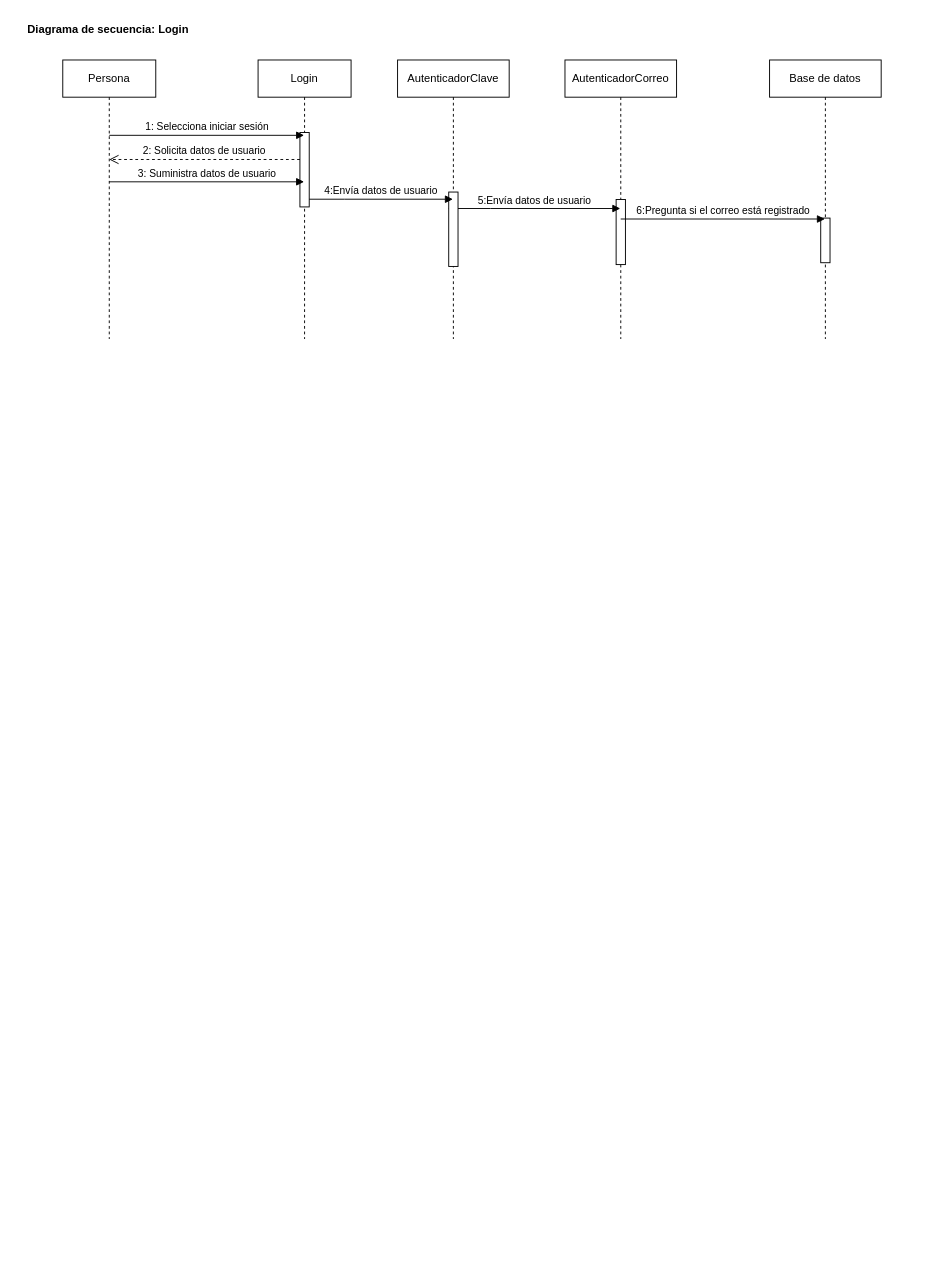
This is page "Secuencia Login" (2 of 3) of Propuesta1ProyectoDesarrollo.drawio from ernestod10/Diagramas, a draw.io file, before an edit. Source tidied: cells renumbered, new cells numbered last; positions are measured from the earlier drawing's top-left corner, leaving out a move shared by most shapes. Both pictures are drawn from the tidied source at 93%, with x=0, y=0 at pixel (62, 16).
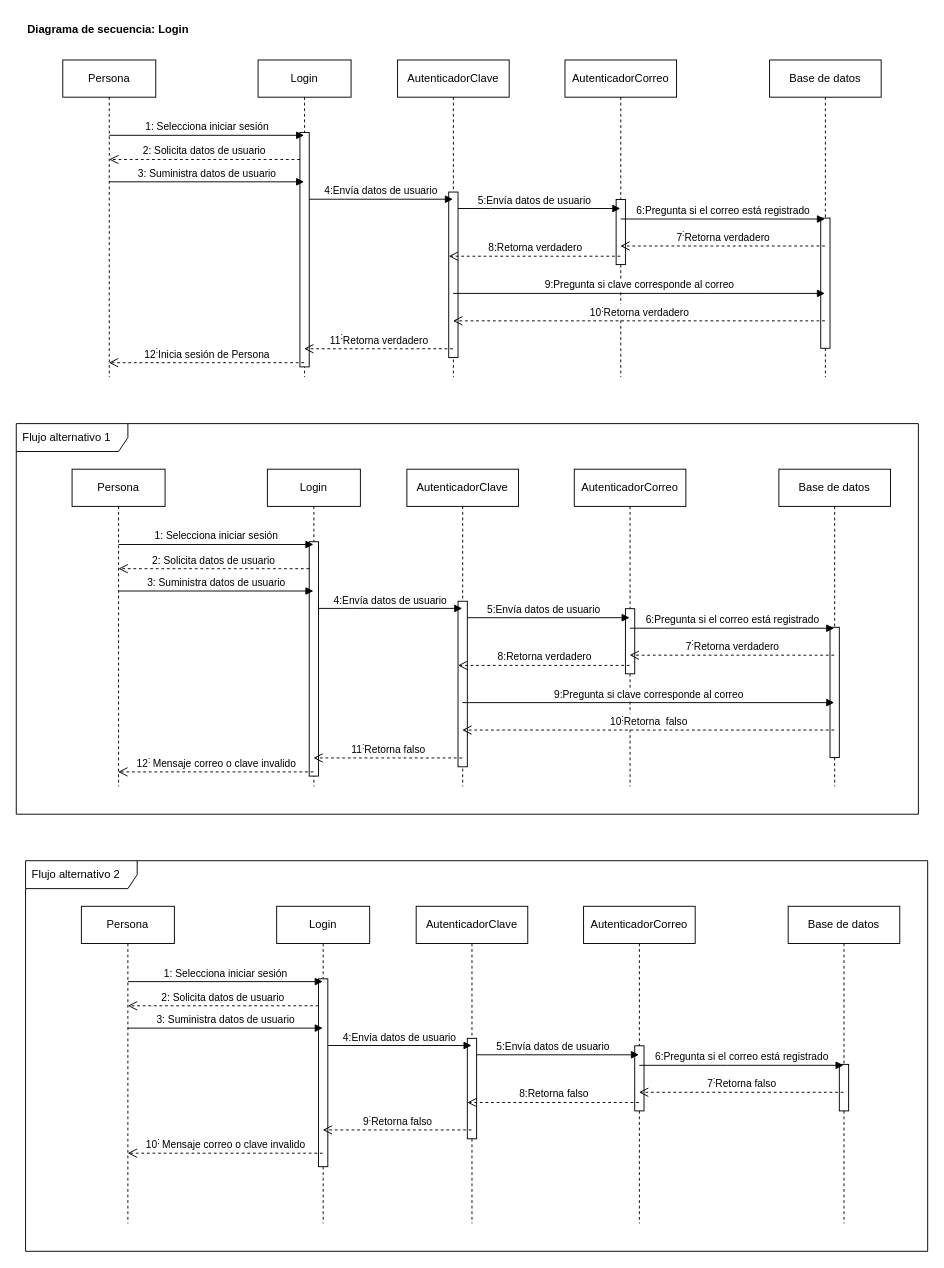
Above is the later version.

What changed in the source:
```diff
@@
     <mxCell id="2" value="Login" style="shape=umlLifeline;perimeter=lifelinePerimeter;whiteSpace=wrap;html=1;outlineConnect=0;" parent="1" vertex="1">
-      <mxGeometry x="210" y="47" width="100" height="300" as="geometry" />
+      <mxGeometry x="210" y="47" width="100" height="341" as="geometry" />
     </mxCell>
     <mxCell id="3" style="html=1;points=[];perimeter=orthogonalPerimeter;" parent="2" vertex="1">
-      <mxGeometry x="45" y="78" width="10" height="80" as="geometry" />
+      <mxGeometry x="45" y="78" width="10" height="252" as="geometry" />
     </mxCell>
@@
     <mxCell id="5" value="Persona" style="shape=umlLifeline;perimeter=lifelinePerimeter;whiteSpace=wrap;html=1;outlineConnect=0;" parent="1" vertex="1">
-      <mxGeometry y="47" width="100" height="300" as="geometry" />
+      <mxGeometry y="47" width="100" height="341" as="geometry" />
     </mxCell>
@@
     <mxCell id="8" value="AutenticadorCorreo" style="shape=umlLifeline;perimeter=lifelinePerimeter;whiteSpace=wrap;html=1;outlineConnect=0;" parent="1" vertex="1">
-      <mxGeometry x="540" y="47" width="120" height="300" as="geometry" />
+      <mxGeometry x="540" y="47" width="120" height="341" as="geometry" />
     </mxCell>
@@
     <mxCell id="11" value="AutenticadorClave" style="shape=umlLifeline;perimeter=lifelinePerimeter;whiteSpace=wrap;html=1;outlineConnect=0;" parent="1" vertex="1">
-      <mxGeometry x="360" y="47" width="120" height="300" as="geometry" />
+      <mxGeometry x="360" y="47" width="120" height="341" as="geometry" />
     </mxCell>
     <mxCell id="12" style="html=1;perimeter=orthogonalPerimeter;" parent="11" vertex="1">
-      <mxGeometry x="55" y="142" width="10" height="80" as="geometry" />
+      <mxGeometry x="55" y="142" width="10" height="178" as="geometry" />
     </mxCell>
+    <mxCell id="18" value="8:Retorna verdadero" style="html=1;verticalAlign=bottom;endArrow=open;dashed=1;endSize=8;rounded=0;" parent="11" edge="1">
+      <mxGeometry relative="1" as="geometry">
+        <mxPoint x="239.5" y="211" as="sourcePoint" />
+        <mxPoint x="55" y="211" as="targetPoint" />
+      </mxGeometry>
+    </mxCell>
@@
     <mxCell id="15" value="Base de datos" style="shape=umlLifeline;perimeter=lifelinePerimeter;whiteSpace=wrap;html=1;outlineConnect=0;" parent="1" vertex="1">
-      <mxGeometry x="760" y="47" width="120" height="300" as="geometry" />
+      <mxGeometry x="760" y="47" width="120" height="341" as="geometry" />
     </mxCell>
     <mxCell id="16" style="html=1;perimeter=orthogonalPerimeter;" parent="15" vertex="1">
-      <mxGeometry x="55" y="170" width="10" height="48" as="geometry" />
+      <mxGeometry x="55" y="170" width="10" height="140" as="geometry" />
     </mxCell>
@@
+    <mxCell id="19" value="7&lt;sup&gt;:&lt;/sup&gt;Retorna verdadero" style="html=1;verticalAlign=bottom;endArrow=open;dashed=1;endSize=8;rounded=0;" parent="1" edge="1">
+      <mxGeometry relative="1" as="geometry">
+        <mxPoint x="819.5" y="247" as="sourcePoint" />
+        <mxPoint x="599.5" y="247" as="targetPoint" />
+      </mxGeometry>
+    </mxCell>
+    <mxCell id="20" value="9:Pregunta si clave corresponde al correo " style="html=1;verticalAlign=bottom;endArrow=block;rounded=0;" parent="1" edge="1">
+      <mxGeometry relative="1" as="geometry">
+        <mxPoint x="419.7" y="298" as="sourcePoint" />
+        <mxPoint x="819.5" y="298" as="targetPoint" />
+        <Array as="points">
+          <mxPoint x="640" y="298" />
+          <mxPoint x="695" y="298" />
+        </Array>
+      </mxGeometry>
+    </mxCell>
+    <mxCell id="21" value="10&lt;sup&gt;:&lt;/sup&gt;Retorna verdadero" style="html=1;verticalAlign=bottom;endArrow=open;dashed=1;endSize=8;rounded=0;" parent="1" edge="1">
+      <mxGeometry relative="1" as="geometry">
+        <mxPoint x="819.5" y="327.5" as="sourcePoint" />
+        <mxPoint x="419.5" y="327.5" as="targetPoint" />
+      </mxGeometry>
+    </mxCell>
+    <mxCell id="22" value="11&lt;sup&gt;:&lt;/sup&gt;Retorna verdadero" style="html=1;verticalAlign=bottom;endArrow=open;dashed=1;endSize=8;rounded=0;" parent="1" edge="1">
+      <mxGeometry relative="1" as="geometry">
+        <mxPoint x="419.5" y="357.5" as="sourcePoint" />
+        <mxPoint x="259.5" y="357.5" as="targetPoint" />
+      </mxGeometry>
+    </mxCell>
+    <mxCell id="23" value="12&lt;sup&gt;:&lt;/sup&gt;Inicia sesión de Persona" style="html=1;verticalAlign=bottom;endArrow=open;dashed=1;endSize=8;rounded=0;" parent="1" edge="1" target="5">
+      <mxGeometry relative="1" as="geometry">
+        <mxPoint x="259.5" y="372.5" as="sourcePoint" />
+      </mxGeometry>
+    </mxCell>
+    <mxCell id="24" value="Flujo alternativo 1" style="shape=umlFrame;whiteSpace=wrap;html=1;width=120;height=30;boundedLbl=1;verticalAlign=middle;align=left;spacingLeft=5;" parent="1" vertex="1">
+      <mxGeometry x="-50" y="438" width="970" height="420" as="geometry" />
+    </mxCell>
+    <mxCell id="25" value="Login" style="shape=umlLifeline;perimeter=lifelinePerimeter;whiteSpace=wrap;html=1;outlineConnect=0;" parent="1" vertex="1">
+      <mxGeometry x="220" y="487" width="100" height="341" as="geometry" />
+    </mxCell>
+    <mxCell id="26" style="html=1;points=[];perimeter=orthogonalPerimeter;" parent="25" vertex="1">
+      <mxGeometry x="45" y="78" width="10" height="252" as="geometry" />
+    </mxCell>
+    <mxCell id="27" value="2: Solicita datos de usuario" style="html=1;verticalAlign=bottom;endArrow=open;dashed=1;endSize=8;rounded=0;" parent="25" edge="1" source="26">
+      <mxGeometry relative="1" as="geometry">
+        <mxPoint x="-160.1" y="107" as="targetPoint" />
+      </mxGeometry>
+    </mxCell>
+    <mxCell id="28" value="Persona" style="shape=umlLifeline;perimeter=lifelinePerimeter;whiteSpace=wrap;html=1;outlineConnect=0;" parent="1" vertex="1">
+      <mxGeometry x="10" y="487" width="100" height="341" as="geometry" />
+    </mxCell>
+    <mxCell id="29" value="1: Selecciona iniciar sesión" style="html=1;verticalAlign=bottom;endArrow=block;rounded=0;" parent="28" edge="1" target="25">
+      <mxGeometry relative="1" as="geometry">
+        <mxPoint x="50" y="81" as="sourcePoint" />
+      </mxGeometry>
+    </mxCell>
+    <mxCell id="30" value="AutenticadorCorreo" style="shape=umlLifeline;perimeter=lifelinePerimeter;whiteSpace=wrap;html=1;outlineConnect=0;" parent="1" vertex="1">
+      <mxGeometry x="550" y="487" width="120" height="341" as="geometry" />
+    </mxCell>
+    <mxCell id="31" style="html=1;perimeter=orthogonalPerimeter;" parent="30" vertex="1">
+      <mxGeometry x="55" y="150" width="10" height="70" as="geometry" />
+    </mxCell>
+    <mxCell id="32" value="5:Envía datos de usuario" style="html=1;verticalAlign=bottom;endArrow=block;rounded=0;" parent="30" edge="1" target="30">
+      <mxGeometry relative="1" as="geometry">
+        <mxPoint x="-125" y="159.7" as="sourcePoint" />
+        <Array as="points">
+          <mxPoint x="-80" y="159.7" />
+        </Array>
+      </mxGeometry>
+    </mxCell>
+    <mxCell id="33" value="AutenticadorClave" style="shape=umlLifeline;perimeter=lifelinePerimeter;whiteSpace=wrap;html=1;outlineConnect=0;" parent="1" vertex="1">
+      <mxGeometry x="370" y="487" width="120" height="341" as="geometry" />
+    </mxCell>
+    <mxCell id="34" style="html=1;perimeter=orthogonalPerimeter;" parent="33" vertex="1">
+      <mxGeometry x="55" y="142" width="10" height="178" as="geometry" />
+    </mxCell>
+    <mxCell id="35" value="8:Retorna verdadero" style="html=1;verticalAlign=bottom;endArrow=open;dashed=1;endSize=8;rounded=0;" parent="33" edge="1">
+      <mxGeometry relative="1" as="geometry">
+        <mxPoint x="239.5" y="211" as="sourcePoint" />
+        <mxPoint x="55" y="211" as="targetPoint" />
+      </mxGeometry>
+    </mxCell>
+    <mxCell id="36" value="3: Suministra datos de usuario" style="html=1;verticalAlign=bottom;endArrow=block;rounded=0;" parent="1" edge="1" target="25">
+      <mxGeometry relative="1" as="geometry">
+        <mxPoint x="60" y="618" as="sourcePoint" />
+      </mxGeometry>
+    </mxCell>
+    <mxCell id="37" value="4:Envía datos de usuario" style="html=1;verticalAlign=bottom;endArrow=block;rounded=0;" parent="1" edge="1" source="26" target="33">
+      <mxGeometry relative="1" as="geometry">
+        <Array as="points">
+          <mxPoint x="313" y="636.7" />
+        </Array>
+      </mxGeometry>
+    </mxCell>
+    <mxCell id="38" value="Base de datos" style="shape=umlLifeline;perimeter=lifelinePerimeter;whiteSpace=wrap;html=1;outlineConnect=0;" parent="1" vertex="1">
+      <mxGeometry x="770" y="487" width="120" height="341" as="geometry" />
+    </mxCell>
+    <mxCell id="39" style="html=1;perimeter=orthogonalPerimeter;" parent="38" vertex="1">
+      <mxGeometry x="55" y="170" width="10" height="140" as="geometry" />
+    </mxCell>
+    <mxCell id="40" value="6:Pregunta si el correo está registrado " style="html=1;verticalAlign=bottom;endArrow=block;rounded=0;" parent="1" edge="1" target="38">
+      <mxGeometry relative="1" as="geometry">
+        <mxPoint x="609.9" y="658" as="sourcePoint" />
+        <Array as="points">
+          <mxPoint x="705" y="658" />
+        </Array>
+      </mxGeometry>
+    </mxCell>
+    <mxCell id="41" value="7&lt;sup&gt;:&lt;/sup&gt;Retorna verdadero" style="html=1;verticalAlign=bottom;endArrow=open;dashed=1;endSize=8;rounded=0;" parent="1" edge="1">
+      <mxGeometry relative="1" as="geometry">
+        <mxPoint x="829.5" y="687" as="sourcePoint" />
+        <mxPoint x="609.5" y="687" as="targetPoint" />
+      </mxGeometry>
+    </mxCell>
+    <mxCell id="42" value="9:Pregunta si clave corresponde al correo " style="html=1;verticalAlign=bottom;endArrow=block;rounded=0;" parent="1" edge="1">
+      <mxGeometry relative="1" as="geometry">
+        <mxPoint x="429.7" y="738" as="sourcePoint" />
+        <mxPoint x="829.5" y="738" as="targetPoint" />
+        <Array as="points">
+          <mxPoint x="650" y="738" />
+          <mxPoint x="705" y="738" />
+        </Array>
+      </mxGeometry>
+    </mxCell>
+    <mxCell id="43" value="10&lt;sup&gt;:&lt;/sup&gt;Retorna&amp;nbsp; falso" style="html=1;verticalAlign=bottom;endArrow=open;dashed=1;endSize=8;rounded=0;" parent="1" edge="1">
+      <mxGeometry relative="1" as="geometry">
+        <mxPoint x="829.5" y="767.5" as="sourcePoint" />
+        <mxPoint x="429.5" y="767.5" as="targetPoint" />
+      </mxGeometry>
+    </mxCell>
+    <mxCell id="44" value="11&lt;sup&gt;:&lt;/sup&gt;Retorna falso" style="html=1;verticalAlign=bottom;endArrow=open;dashed=1;endSize=8;rounded=0;" parent="1" edge="1">
+      <mxGeometry relative="1" as="geometry">
+        <mxPoint x="429.5" y="797.5" as="sourcePoint" />
+        <mxPoint x="269.5" y="797.5" as="targetPoint" />
+      </mxGeometry>
+    </mxCell>
+    <mxCell id="45" value="12&lt;sup&gt;: &lt;/sup&gt;Mensaje correo o clave invalido" style="html=1;verticalAlign=bottom;endArrow=open;dashed=1;endSize=8;rounded=0;" parent="1" edge="1" target="28">
+      <mxGeometry relative="1" as="geometry">
+        <mxPoint x="269.5" y="812.5" as="sourcePoint" />
+      </mxGeometry>
+    </mxCell>
+    <mxCell id="46" value="Flujo alternativo 2" style="shape=umlFrame;whiteSpace=wrap;html=1;width=120;height=30;boundedLbl=1;verticalAlign=middle;align=left;spacingLeft=5;" parent="1" vertex="1">
+      <mxGeometry x="-40" y="908" width="970" height="420" as="geometry" />
+    </mxCell>
+    <mxCell id="47" value="Login" style="shape=umlLifeline;perimeter=lifelinePerimeter;whiteSpace=wrap;html=1;outlineConnect=0;" parent="1" vertex="1">
+      <mxGeometry x="230" y="957" width="100" height="341" as="geometry" />
+    </mxCell>
+    <mxCell id="48" style="html=1;points=[];perimeter=orthogonalPerimeter;" parent="47" vertex="1">
+      <mxGeometry x="45" y="78" width="10" height="202" as="geometry" />
+    </mxCell>
+    <mxCell id="49" value="2: Solicita datos de usuario" style="html=1;verticalAlign=bottom;endArrow=open;dashed=1;endSize=8;rounded=0;" parent="47" edge="1" source="48">
+      <mxGeometry relative="1" as="geometry">
+        <mxPoint x="-160.1" y="107" as="targetPoint" />
+      </mxGeometry>
+    </mxCell>
+    <mxCell id="50" value="Persona" style="shape=umlLifeline;perimeter=lifelinePerimeter;whiteSpace=wrap;html=1;" parent="1" vertex="1">
+      <mxGeometry x="20" y="957" width="100" height="341" as="geometry" />
+    </mxCell>
+    <mxCell id="51" value="1: Selecciona iniciar sesión" style="html=1;verticalAlign=bottom;endArrow=block;rounded=0;" parent="50" edge="1" target="47">
+      <mxGeometry relative="1" as="geometry">
+        <mxPoint x="50" y="81" as="sourcePoint" />
+      </mxGeometry>
+    </mxCell>
+    <mxCell id="52" value="AutenticadorCorreo" style="shape=umlLifeline;perimeter=lifelinePerimeter;whiteSpace=wrap;html=1;outlineConnect=0;" parent="1" vertex="1">
+      <mxGeometry x="560" y="957" width="120" height="341" as="geometry" />
+    </mxCell>
+    <mxCell id="53" style="html=1;perimeter=orthogonalPerimeter;" parent="52" vertex="1">
+      <mxGeometry x="55" y="150" width="10" height="70" as="geometry" />
+    </mxCell>
+    <mxCell id="54" value="5:Envía datos de usuario" style="html=1;verticalAlign=bottom;endArrow=block;rounded=0;" parent="52" edge="1" target="52">
+      <mxGeometry relative="1" as="geometry">
+        <mxPoint x="-125" y="159.7" as="sourcePoint" />
+        <Array as="points">
+          <mxPoint x="-80" y="159.7" />
+        </Array>
+      </mxGeometry>
+    </mxCell>
+    <mxCell id="55" value="AutenticadorClave" style="shape=umlLifeline;perimeter=lifelinePerimeter;whiteSpace=wrap;html=1;outlineConnect=0;" parent="1" vertex="1">
+      <mxGeometry x="380" y="957" width="120" height="341" as="geometry" />
+    </mxCell>
+    <mxCell id="56" style="html=1;perimeter=orthogonalPerimeter;" parent="55" vertex="1">
+      <mxGeometry x="55" y="142" width="10" height="108" as="geometry" />
+    </mxCell>
+    <mxCell id="57" value="8:Retorna falso" style="html=1;verticalAlign=bottom;endArrow=open;dashed=1;endSize=8;rounded=0;" parent="55" edge="1">
+      <mxGeometry relative="1" as="geometry">
+        <mxPoint x="239.5" y="211" as="sourcePoint" />
+        <mxPoint x="55" y="211" as="targetPoint" />
+      </mxGeometry>
+    </mxCell>
+    <mxCell id="58" value="3: Suministra datos de usuario" style="html=1;verticalAlign=bottom;endArrow=block;rounded=0;" parent="1" edge="1" target="47">
+      <mxGeometry relative="1" as="geometry">
+        <mxPoint x="70" y="1088" as="sourcePoint" />
+      </mxGeometry>
+    </mxCell>
+    <mxCell id="59" value="4:Envía datos de usuario" style="html=1;verticalAlign=bottom;endArrow=block;rounded=0;" parent="1" edge="1" source="48" target="55">
+      <mxGeometry relative="1" as="geometry">
+        <Array as="points">
+          <mxPoint x="323" y="1106.7" />
+        </Array>
+      </mxGeometry>
+    </mxCell>
+    <mxCell id="60" value="Base de datos" style="shape=umlLifeline;perimeter=lifelinePerimeter;whiteSpace=wrap;html=1;outlineConnect=0;" parent="1" vertex="1">
+      <mxGeometry x="780" y="957" width="120" height="341" as="geometry" />
+    </mxCell>
+    <mxCell id="61" style="html=1;perimeter=orthogonalPerimeter;" parent="60" vertex="1">
+      <mxGeometry x="55" y="170" width="10" height="50" as="geometry" />
+    </mxCell>
+    <mxCell id="62" value="6:Pregunta si el correo está registrado " style="html=1;verticalAlign=bottom;endArrow=block;rounded=0;" parent="1" edge="1" target="60">
+      <mxGeometry relative="1" as="geometry">
+        <mxPoint x="619.9" y="1128" as="sourcePoint" />
+        <Array as="points">
+          <mxPoint x="715" y="1128" />
+        </Array>
+      </mxGeometry>
+    </mxCell>
+    <mxCell id="63" value="7&lt;sup&gt;:&lt;/sup&gt;Retorna falso" style="html=1;verticalAlign=bottom;endArrow=open;dashed=1;endSize=8;rounded=0;" parent="1" edge="1">
+      <mxGeometry relative="1" as="geometry">
+        <mxPoint x="839.5" y="1157" as="sourcePoint" />
+        <mxPoint x="619.5" y="1157" as="targetPoint" />
+      </mxGeometry>
+    </mxCell>
+    <mxCell id="64" value="9&lt;sup&gt;:&lt;/sup&gt;Retorna falso" style="html=1;verticalAlign=bottom;endArrow=open;dashed=1;endSize=8;rounded=0;" parent="1" edge="1">
+      <mxGeometry relative="1" as="geometry">
+        <mxPoint x="439.5" y="1197.5" as="sourcePoint" />
+        <mxPoint x="279.5" y="1197.5" as="targetPoint" />
+      </mxGeometry>
+    </mxCell>
+    <mxCell id="65" value="10&lt;sup&gt;: &lt;/sup&gt;Mensaje correo o clave invalido" style="html=1;verticalAlign=bottom;endArrow=open;dashed=1;endSize=8;rounded=0;" parent="1" edge="1">
+      <mxGeometry relative="1" as="geometry">
+        <mxPoint x="279.5" y="1222.5" as="sourcePoint" />
+        <mxPoint x="69.8" y="1222.5" as="targetPoint" />
+      </mxGeometry>
+    </mxCell>
```
